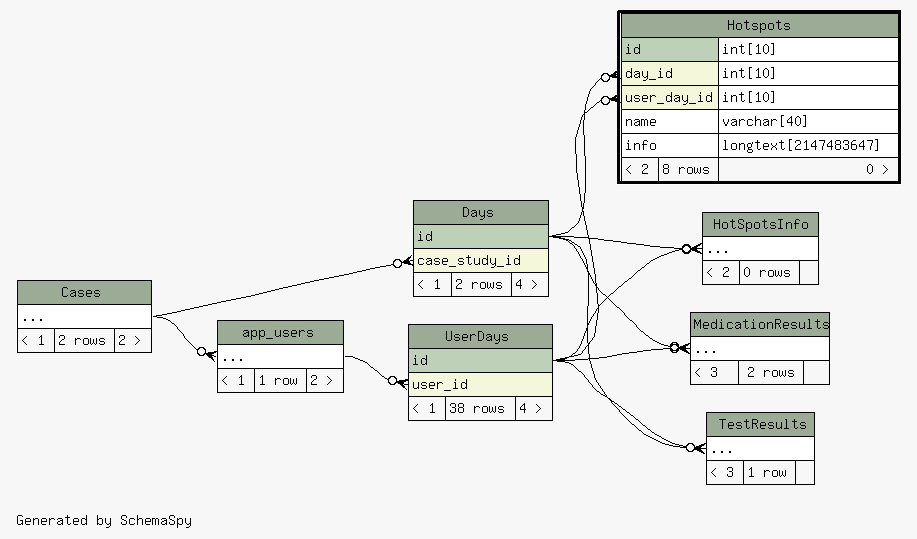
The Graphviz diagram web/files/schema/diagrams/Hotspots.2degrees.png in carrel2/CaseStudies, before a commit. Its source is kept beside it as web/files/schema/diagrams/Hotspots.2degrees.dot.
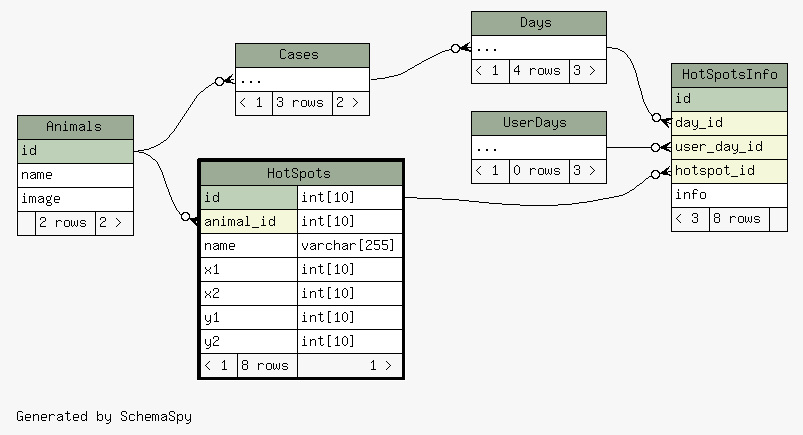
The same file after the commit.

What changed in the source:
```diff
@@ -17,33 +17,30 @@
   edge [
     arrowsize="0.8"
   ];
-  "app_users":"elipses":w -> "Cases":"elipses":e [arrowhead=none dir=back arrowtail=crowodot];
-  "Days":"case_study_id":w -> "Cases":"elipses":e [arrowhead=none dir=back arrowtail=crowodot];
-  "Hotspots":"day_id":w -> "Days":"id":e [arrowhead=none dir=back arrowtail=crowodot];
-  "Hotspots":"user_day_id":w -> "UserDays":"id":e [arrowhead=none dir=back arrowtail=crowodot];
-  "HotSpotsInfo":"elipses":w -> "Days":"id":e [arrowhead=none dir=back arrowtail=crowodot];
-  "HotSpotsInfo":"elipses":w -> "UserDays":"id":e [arrowhead=none dir=back arrowtail=crowodot];
-  "MedicationResults":"elipses":w -> "Days":"id":e [arrowhead=none dir=back arrowtail=crowodot];
-  "MedicationResults":"elipses":w -> "UserDays":"id":e [arrowhead=none dir=back arrowtail=crowodot];
-  "TestResults":"elipses":w -> "Days":"id":e [arrowhead=none dir=back arrowtail=crowodot];
-  "TestResults":"elipses":w -> "UserDays":"id":e [arrowhead=none dir=back arrowtail=crowodot];
-  "UserDays":"user_id":w -> "app_users":"elipses":e [arrowhead=none dir=back arrowtail=crowodot];
-  "app_users" [
+  "Cases":"elipses":w -> "Animals":"id":e [arrowhead=none dir=back arrowtail=crowodot];
+  "Days":"elipses":w -> "Cases":"elipses":e [arrowhead=none dir=back arrowtail=crowodot];
+  "HotSpots":"animal_id":w -> "Animals":"id":e [arrowhead=none dir=back arrowtail=crowodot];
+  "HotSpotsInfo":"day_id":w -> "Days":"elipses":e [arrowhead=none dir=back arrowtail=crowodot];
+  "HotSpotsInfo":"hotspot_id":w -> "HotSpots":"id.type":e [arrowhead=none dir=back arrowtail=crowodot];
+  "HotSpotsInfo":"user_day_id":w -> "UserDays":"elipses":e [arrowhead=none dir=back arrowtail=crowodot];
+  "Animals" [
     label=<
     <TABLE BORDER="0" CELLBORDER="1" CELLSPACING="0" BGCOLOR="#ffffff">
-      <TR><TD COLSPAN="3" BGCOLOR="#9bab96" ALIGN="CENTER">app_users</TD></TR>
-      <TR><TD PORT="elipses" COLSPAN="3" ALIGN="LEFT">...</TD></TR>
-      <TR><TD ALIGN="LEFT" BGCOLOR="#f7f7f7">&lt; 1</TD><TD ALIGN="RIGHT" BGCOLOR="#f7f7f7">1 row</TD><TD ALIGN="RIGHT" BGCOLOR="#f7f7f7">2 &gt;</TD></TR>
+      <TR><TD COLSPAN="3" BGCOLOR="#9bab96" ALIGN="CENTER">Animals</TD></TR>
+      <TR><TD PORT="id" COLSPAN="3" BGCOLOR="#bed1b8" ALIGN="LEFT">id</TD></TR>
+      <TR><TD PORT="name" COLSPAN="3" ALIGN="LEFT">name</TD></TR>
+      <TR><TD PORT="image" COLSPAN="3" ALIGN="LEFT">image</TD></TR>
+      <TR><TD ALIGN="LEFT" BGCOLOR="#f7f7f7">  </TD><TD ALIGN="RIGHT" BGCOLOR="#f7f7f7">2 rows</TD><TD ALIGN="RIGHT" BGCOLOR="#f7f7f7">2 &gt;</TD></TR>
     </TABLE>>
-    URL="app_users.html"
-    tooltip="app_users"
+    URL="Animals.html"
+    tooltip="Animals"
   ];
   "Cases" [
     label=<
     <TABLE BORDER="0" CELLBORDER="1" CELLSPACING="0" BGCOLOR="#ffffff">
       <TR><TD COLSPAN="3" BGCOLOR="#9bab96" ALIGN="CENTER">Cases</TD></TR>
       <TR><TD PORT="elipses" COLSPAN="3" ALIGN="LEFT">...</TD></TR>
-      <TR><TD ALIGN="LEFT" BGCOLOR="#f7f7f7">&lt; 1</TD><TD ALIGN="RIGHT" BGCOLOR="#f7f7f7">2 rows</TD><TD ALIGN="RIGHT" BGCOLOR="#f7f7f7">2 &gt;</TD></TR>
+      <TR><TD ALIGN="LEFT" BGCOLOR="#f7f7f7">&lt; 1</TD><TD ALIGN="RIGHT" BGCOLOR="#f7f7f7">3 rows</TD><TD ALIGN="RIGHT" BGCOLOR="#f7f7f7">2 &gt;</TD></TR>
     </TABLE>>
     URL="Cases.html"
     tooltip="Cases"
@@ -52,64 +49,48 @@
     label=<
     <TABLE BORDER="0" CELLBORDER="1" CELLSPACING="0" BGCOLOR="#ffffff">
       <TR><TD COLSPAN="3" BGCOLOR="#9bab96" ALIGN="CENTER">Days</TD></TR>
-      <TR><TD PORT="id" COLSPAN="3" BGCOLOR="#bed1b8" ALIGN="LEFT">id</TD></TR>
-      <TR><TD PORT="case_study_id" COLSPAN="3" BGCOLOR="#f4f7da" ALIGN="LEFT">case_study_id</TD></TR>
-      <TR><TD ALIGN="LEFT" BGCOLOR="#f7f7f7">&lt; 1</TD><TD ALIGN="RIGHT" BGCOLOR="#f7f7f7">2 rows</TD><TD ALIGN="RIGHT" BGCOLOR="#f7f7f7">4 &gt;</TD></TR>
+      <TR><TD PORT="elipses" COLSPAN="3" ALIGN="LEFT">...</TD></TR>
+      <TR><TD ALIGN="LEFT" BGCOLOR="#f7f7f7">&lt; 1</TD><TD ALIGN="RIGHT" BGCOLOR="#f7f7f7">4 rows</TD><TD ALIGN="RIGHT" BGCOLOR="#f7f7f7">3 &gt;</TD></TR>
     </TABLE>>
     URL="Days.html"
     tooltip="Days"
   ];
-  "Hotspots" [
+  "HotSpots" [
     label=<
     <TABLE BORDER="2" CELLBORDER="1" CELLSPACING="0" BGCOLOR="#ffffff">
-      <TR><TD COLSPAN="3" BGCOLOR="#9bab96" ALIGN="CENTER">Hotspots</TD></TR>
+      <TR><TD COLSPAN="3" BGCOLOR="#9bab96" ALIGN="CENTER">HotSpots</TD></TR>
       <TR><TD PORT="id" COLSPAN="2" BGCOLOR="#bed1b8" ALIGN="LEFT">id</TD><TD PORT="id.type" ALIGN="LEFT">int[10]</TD></TR>
-      <TR><TD PORT="day_id" COLSPAN="2" BGCOLOR="#f4f7da" ALIGN="LEFT">day_id</TD><TD PORT="day_id.type" ALIGN="LEFT">int[10]</TD></TR>
-      <TR><TD PORT="user_day_id" COLSPAN="2" BGCOLOR="#f4f7da" ALIGN="LEFT">user_day_id</TD><TD PORT="user_day_id.type" ALIGN="LEFT">int[10]</TD></TR>
-      <TR><TD PORT="name" COLSPAN="2" ALIGN="LEFT">name</TD><TD PORT="name.type" ALIGN="LEFT">varchar[40]</TD></TR>
-      <TR><TD PORT="info" COLSPAN="2" ALIGN="LEFT">info</TD><TD PORT="info.type" ALIGN="LEFT">longtext[2147483647]</TD></TR>
-      <TR><TD ALIGN="LEFT" BGCOLOR="#f7f7f7">&lt; 2</TD><TD ALIGN="RIGHT" BGCOLOR="#f7f7f7">8 rows</TD><TD ALIGN="RIGHT" BGCOLOR="#f7f7f7">0 &gt;</TD></TR>
+      <TR><TD PORT="animal_id" COLSPAN="2" BGCOLOR="#f4f7da" ALIGN="LEFT">animal_id</TD><TD PORT="animal_id.type" ALIGN="LEFT">int[10]</TD></TR>
+      <TR><TD PORT="name" COLSPAN="2" ALIGN="LEFT">name</TD><TD PORT="name.type" ALIGN="LEFT">varchar[255]</TD></TR>
+      <TR><TD PORT="x1" COLSPAN="2" ALIGN="LEFT">x1</TD><TD PORT="x1.type" ALIGN="LEFT">int[10]</TD></TR>
+      <TR><TD PORT="x2" COLSPAN="2" ALIGN="LEFT">x2</TD><TD PORT="x2.type" ALIGN="LEFT">int[10]</TD></TR>
+      <TR><TD PORT="y1" COLSPAN="2" ALIGN="LEFT">y1</TD><TD PORT="y1.type" ALIGN="LEFT">int[10]</TD></TR>
+      <TR><TD PORT="y2" COLSPAN="2" ALIGN="LEFT">y2</TD><TD PORT="y2.type" ALIGN="LEFT">int[10]</TD></TR>
+      <TR><TD ALIGN="LEFT" BGCOLOR="#f7f7f7">&lt; 1</TD><TD ALIGN="RIGHT" BGCOLOR="#f7f7f7">8 rows</TD><TD ALIGN="RIGHT" BGCOLOR="#f7f7f7">1 &gt;</TD></TR>
     </TABLE>>
-    URL="Hotspots.html"
-    tooltip="Hotspots"
+    URL="HotSpots.html"
+    tooltip="HotSpots"
   ];
   "HotSpotsInfo" [
     label=<
     <TABLE BORDER="0" CELLBORDER="1" CELLSPACING="0" BGCOLOR="#ffffff">
       <TR><TD COLSPAN="3" BGCOLOR="#9bab96" ALIGN="CENTER">HotSpotsInfo</TD></TR>
-      <TR><TD PORT="elipses" COLSPAN="3" ALIGN="LEFT">...</TD></TR>
-      <TR><TD ALIGN="LEFT" BGCOLOR="#f7f7f7">&lt; 2</TD><TD ALIGN="RIGHT" BGCOLOR="#f7f7f7">0 rows</TD><TD ALIGN="RIGHT" BGCOLOR="#f7f7f7">  </TD></TR>
+      <TR><TD PORT="id" COLSPAN="3" BGCOLOR="#bed1b8" ALIGN="LEFT">id</TD></TR>
+      <TR><TD PORT="day_id" COLSPAN="3" BGCOLOR="#f4f7da" ALIGN="LEFT">day_id</TD></TR>
+      <TR><TD PORT="user_day_id" COLSPAN="3" BGCOLOR="#f4f7da" ALIGN="LEFT">user_day_id</TD></TR>
+      <TR><TD PORT="hotspot_id" COLSPAN="3" BGCOLOR="#f4f7da" ALIGN="LEFT">hotspot_id</TD></TR>
+      <TR><TD PORT="info" COLSPAN="3" ALIGN="LEFT">info</TD></TR>
+      <TR><TD ALIGN="LEFT" BGCOLOR="#f7f7f7">&lt; 3</TD><TD ALIGN="RIGHT" BGCOLOR="#f7f7f7">8 rows</TD><TD ALIGN="RIGHT" BGCOLOR="#f7f7f7">  </TD></TR>
     </TABLE>>
     URL="HotSpotsInfo.html"
     tooltip="HotSpotsInfo"
-  ];
-  "MedicationResults" [
-    label=<
-    <TABLE BORDER="0" CELLBORDER="1" CELLSPACING="0" BGCOLOR="#ffffff">
-      <TR><TD COLSPAN="3" BGCOLOR="#9bab96" ALIGN="CENTER">MedicationResults</TD></TR>
-      <TR><TD PORT="elipses" COLSPAN="3" ALIGN="LEFT">...</TD></TR>
-      <TR><TD ALIGN="LEFT" BGCOLOR="#f7f7f7">&lt; 3</TD><TD ALIGN="RIGHT" BGCOLOR="#f7f7f7">2 rows</TD><TD ALIGN="RIGHT" BGCOLOR="#f7f7f7">  </TD></TR>
-    </TABLE>>
-    URL="MedicationResults.html"
-    tooltip="MedicationResults"
-  ];
-  "TestResults" [
-    label=<
-    <TABLE BORDER="0" CELLBORDER="1" CELLSPACING="0" BGCOLOR="#ffffff">
-      <TR><TD COLSPAN="3" BGCOLOR="#9bab96" ALIGN="CENTER">TestResults</TD></TR>
-      <TR><TD PORT="elipses" COLSPAN="3" ALIGN="LEFT">...</TD></TR>
-      <TR><TD ALIGN="LEFT" BGCOLOR="#f7f7f7">&lt; 3</TD><TD ALIGN="RIGHT" BGCOLOR="#f7f7f7">1 row</TD><TD ALIGN="RIGHT" BGCOLOR="#f7f7f7">  </TD></TR>
-    </TABLE>>
-    URL="TestResults.html"
-    tooltip="TestResults"
   ];
   "UserDays" [
     label=<
     <TABLE BORDER="0" CELLBORDER="1" CELLSPACING="0" BGCOLOR="#ffffff">
       <TR><TD COLSPAN="3" BGCOLOR="#9bab96" ALIGN="CENTER">UserDays</TD></TR>
-      <TR><TD PORT="id" COLSPAN="3" BGCOLOR="#bed1b8" ALIGN="LEFT">id</TD></TR>
-      <TR><TD PORT="user_id" COLSPAN="3" BGCOLOR="#f4f7da" ALIGN="LEFT">user_id</TD></TR>
-      <TR><TD ALIGN="LEFT" BGCOLOR="#f7f7f7">&lt; 1</TD><TD ALIGN="RIGHT" BGCOLOR="#f7f7f7">38 rows</TD><TD ALIGN="RIGHT" BGCOLOR="#f7f7f7">4 &gt;</TD></TR>
+      <TR><TD PORT="elipses" COLSPAN="3" ALIGN="LEFT">...</TD></TR>
+      <TR><TD ALIGN="LEFT" BGCOLOR="#f7f7f7">&lt; 1</TD><TD ALIGN="RIGHT" BGCOLOR="#f7f7f7">0 rows</TD><TD ALIGN="RIGHT" BGCOLOR="#f7f7f7">3 &gt;</TD></TR>
     </TABLE>>
     URL="UserDays.html"
     tooltip="UserDays"
```
